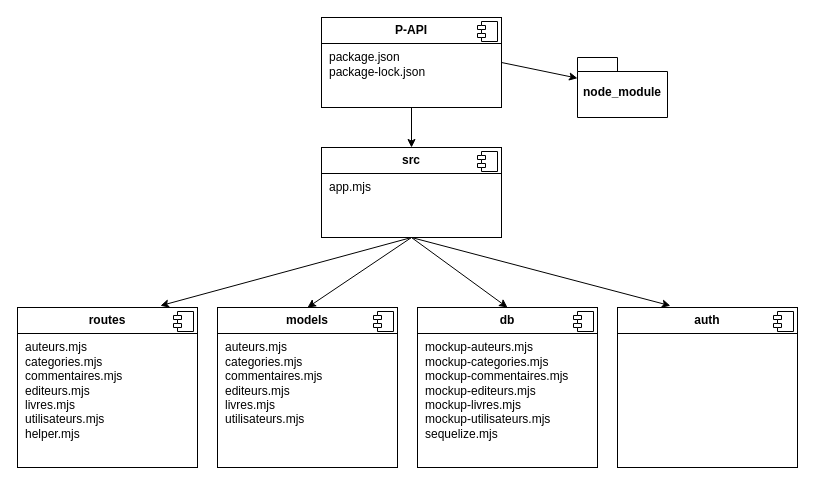
Above: Doc/arboresenceCode.drawio in JulienETML-hub/P-API (draw.io), before the change. Source tidied: cells renumbered, new cells numbered last; positions are measured from the earlier drawing's top-left corner, leaving out a move shared by most shapes. Both pictures are drawn from the tidied source at 100%, with x=0, y=0 at pixel (17, 17).
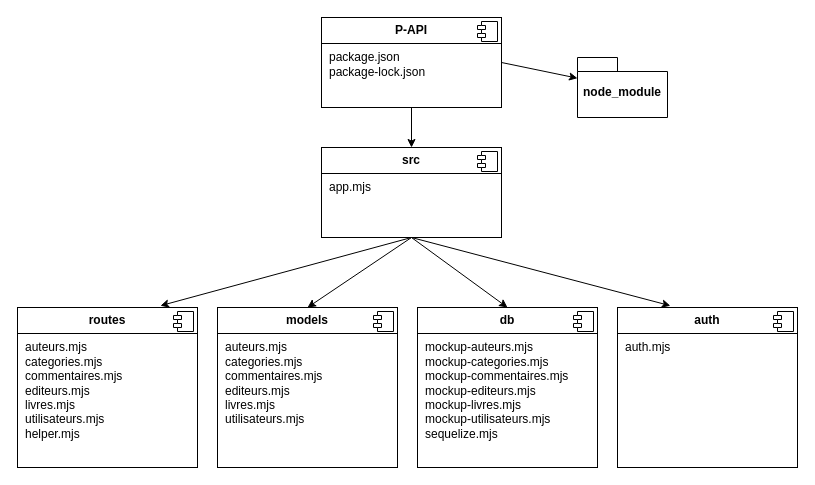
After the change.

Commit message (it also covers changes not shown here):
update rapport + schema code

Change to the diagram source:
```diff
@@
-    <mxCell id="7" value="&lt;p style=&quot;margin:0px;margin-top:6px;text-align:center;&quot;&gt;&lt;b&gt;auth&lt;/b&gt;&lt;/p&gt;&lt;hr size=&quot;1&quot; style=&quot;border-style:solid;&quot;&gt;&lt;p style=&quot;margin:0px;margin-left:8px;&quot;&gt;&lt;br&gt;&lt;/p&gt;" style="align=left;overflow=fill;html=1;whiteSpace=wrap;" parent="1" vertex="1">
+    <mxCell id="7" value="&lt;p style=&quot;margin:0px;margin-top:6px;text-align:center;&quot;&gt;&lt;b&gt;auth&lt;/b&gt;&lt;/p&gt;&lt;hr size=&quot;1&quot; style=&quot;border-style:solid;&quot;&gt;&lt;p style=&quot;margin:0px;margin-left:8px;&quot;&gt;auth.mjs&lt;/p&gt;" style="align=left;overflow=fill;html=1;whiteSpace=wrap;" parent="1" vertex="1">
       <mxGeometry x="600" y="290" width="180" height="160" as="geometry" />
     </mxCell>
```
